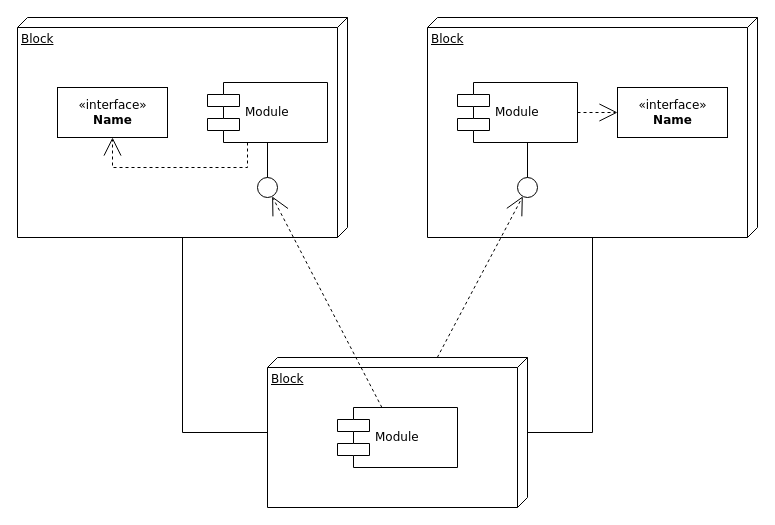
Above: pca_old.drawio in genius52/graphic (draw.io), before the change. Source tidied: cells renumbered, new cells numbered last; positions are measured from the earlier drawing's top-left corner, leaving out a move shared by most shapes. Both pictures are drawn from the tidied source at 100%, with x=0, y=0 at pixel (17, 17).
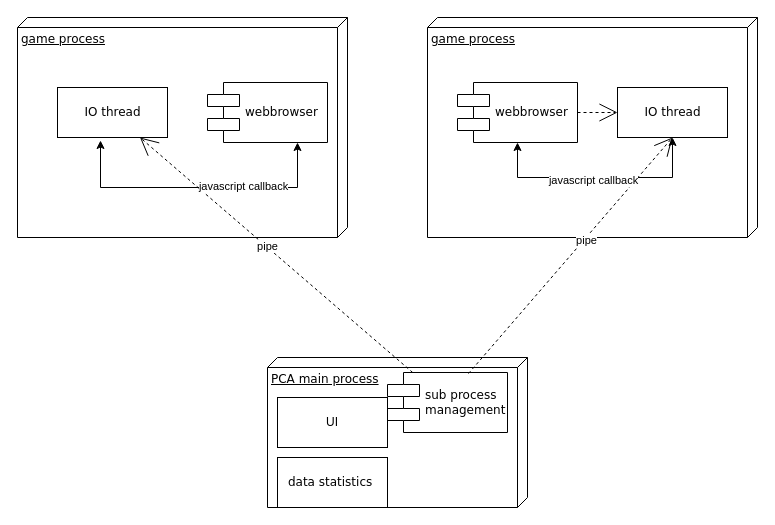
The same page after the edit.

The edit, as a diff of the source:
```diff
@@
-    <mxCell id="2" value="Block" style="verticalAlign=top;align=left;spacingTop=8;spacingLeft=2;spacingRight=12;shape=cube;size=10;direction=south;fontStyle=4;html=1;rounded=0;shadow=0;comic=0;labelBackgroundColor=none;strokeWidth=1;fontFamily=Verdana;fontSize=12;" parent="1" vertex="1">
+    <mxCell id="2" value="game process&lt;div&gt;&lt;br&gt;&lt;/div&gt;" style="verticalAlign=top;align=left;spacingTop=8;spacingLeft=2;spacingRight=12;shape=cube;size=10;direction=south;fontStyle=4;html=1;rounded=0;shadow=0;comic=0;labelBackgroundColor=none;strokeWidth=1;fontFamily=Verdana;fontSize=12;" parent="1" vertex="1">
       <mxGeometry width="330" height="220" as="geometry" />
     </mxCell>
-    <mxCell id="3" value="Block" style="verticalAlign=top;align=left;spacingTop=8;spacingLeft=2;spacingRight=12;shape=cube;size=10;direction=south;fontStyle=4;html=1;rounded=0;shadow=0;comic=0;labelBackgroundColor=none;strokeWidth=1;fontFamily=Verdana;fontSize=12;" parent="1" vertex="1">
+    <mxCell id="3" value="game process" style="verticalAlign=top;align=left;spacingTop=8;spacingLeft=2;spacingRight=12;shape=cube;size=10;direction=south;fontStyle=4;html=1;rounded=0;shadow=0;comic=0;labelBackgroundColor=none;strokeWidth=1;fontFamily=Verdana;fontSize=12;" parent="1" vertex="1">
       <mxGeometry x="410" width="330" height="220" as="geometry" />
     </mxCell>
-    <mxCell id="4" value="Block" style="verticalAlign=top;align=left;spacingTop=8;spacingLeft=2;spacingRight=12;shape=cube;size=10;direction=south;fontStyle=4;html=1;rounded=0;shadow=0;comic=0;labelBackgroundColor=none;strokeWidth=1;fontFamily=Verdana;fontSize=12;" parent="1" vertex="1">
+    <mxCell id="4" value="PCA main process" style="verticalAlign=top;align=left;spacingTop=8;spacingLeft=2;spacingRight=12;shape=cube;size=10;direction=south;fontStyle=4;html=1;rounded=0;shadow=0;comic=0;labelBackgroundColor=none;strokeWidth=1;fontFamily=Verdana;fontSize=12;" parent="1" vertex="1">
       <mxGeometry x="250" y="340" width="260" height="150" as="geometry" />
     </mxCell>
-    <mxCell id="5" value="&amp;laquo;interface&amp;raquo;&lt;br&gt;&lt;b&gt;Name&lt;/b&gt;" style="html=1;rounded=0;shadow=0;comic=0;labelBackgroundColor=none;strokeWidth=1;fontFamily=Verdana;fontSize=12;align=center;" parent="1" vertex="1">
+    <mxCell id="5" value="IO thread" style="html=1;rounded=0;shadow=0;comic=0;labelBackgroundColor=none;strokeWidth=1;fontFamily=Verdana;fontSize=12;align=center;" parent="1" vertex="1">
       <mxGeometry x="40" y="70" width="110" height="50" as="geometry" />
     </mxCell>
-    <mxCell id="6" value="Module" style="shape=component;align=left;spacingLeft=36;rounded=0;shadow=0;comic=0;labelBackgroundColor=none;strokeWidth=1;fontFamily=Verdana;fontSize=12;html=1;" parent="1" vertex="1">
+    <mxCell id="6" value="webbrowser" style="shape=component;align=left;spacingLeft=36;rounded=0;shadow=0;comic=0;labelBackgroundColor=none;strokeWidth=1;fontFamily=Verdana;fontSize=12;html=1;" parent="1" vertex="1">
       <mxGeometry x="190" y="65" width="120" height="60" as="geometry" />
     </mxCell>
-    <mxCell id="7" style="ellipse;whiteSpace=wrap;html=1;rounded=0;shadow=0;comic=0;labelBackgroundColor=none;strokeWidth=1;fontFamily=Verdana;fontSize=12;align=center;" parent="1" vertex="1">
-      <mxGeometry x="240" y="160" width="20" height="20" as="geometry" />
-    </mxCell>
-    <mxCell id="8" value="Module" style="shape=component;align=left;spacingLeft=36;rounded=0;shadow=0;comic=0;labelBackgroundColor=none;strokeWidth=1;fontFamily=Verdana;fontSize=12;html=1;" parent="1" vertex="1">
+    <mxCell id="8" value="webbrowser" style="shape=component;align=left;spacingLeft=36;rounded=0;shadow=0;comic=0;labelBackgroundColor=none;strokeWidth=1;fontFamily=Verdana;fontSize=12;html=1;" parent="1" vertex="1">
       <mxGeometry x="440" y="65" width="120" height="60" as="geometry" />
     </mxCell>
-    <mxCell id="9" value="&amp;laquo;interface&amp;raquo;&lt;br&gt;&lt;b&gt;Name&lt;/b&gt;" style="html=1;rounded=0;shadow=0;comic=0;labelBackgroundColor=none;strokeWidth=1;fontFamily=Verdana;fontSize=12;align=center;" parent="1" vertex="1">
+    <mxCell id="9" value="IO thread" style="html=1;rounded=0;shadow=0;comic=0;labelBackgroundColor=none;strokeWidth=1;fontFamily=Verdana;fontSize=12;align=center;" parent="1" vertex="1">
       <mxGeometry x="600" y="70" width="110" height="50" as="geometry" />
     </mxCell>
-    <mxCell id="10" style="ellipse;whiteSpace=wrap;html=1;rounded=0;shadow=0;comic=0;labelBackgroundColor=none;strokeWidth=1;fontFamily=Verdana;fontSize=12;align=center;" parent="1" vertex="1">
-      <mxGeometry x="500" y="160" width="20" height="20" as="geometry" />
-    </mxCell>
-    <mxCell id="11" value="Module" style="shape=component;align=left;spacingLeft=36;rounded=0;shadow=0;comic=0;labelBackgroundColor=none;strokeWidth=1;fontFamily=Verdana;fontSize=12;html=1;" parent="1" vertex="1">
-      <mxGeometry x="320" y="390" width="120" height="60" as="geometry" />
+    <mxCell id="11" value="sub process&amp;nbsp;&lt;div&gt;management&lt;/div&gt;" style="shape=component;align=left;spacingLeft=36;rounded=0;shadow=0;comic=0;labelBackgroundColor=none;strokeWidth=1;fontFamily=Verdana;fontSize=12;html=1;" parent="1" vertex="1">
+      <mxGeometry x="370" y="355" width="120" height="60" as="geometry" />
     </mxCell>
-    <mxCell id="12" style="edgeStyle=none;rounded=0;html=1;dashed=1;labelBackgroundColor=none;startArrow=none;startFill=0;startSize=8;endArrow=open;endFill=0;endSize=16;fontFamily=Verdana;fontSize=12;" parent="1" edge="1" source="11" target="7">
+    <mxCell id="12" style="edgeStyle=none;rounded=0;html=1;dashed=1;labelBackgroundColor=none;startArrow=none;startFill=0;startSize=8;endArrow=open;endFill=0;endSize=16;fontFamily=Verdana;fontSize=12;entryX=0.75;entryY=1;entryDx=0;entryDy=0;" parent="1" edge="1" source="11" target="5">
       <mxGeometry relative="1" as="geometry" />
     </mxCell>
+    <mxCell id="20" value="pipe" style="edgeLabel;html=1;align=center;verticalAlign=middle;" parent="12" vertex="1">
+      <mxGeometry x="0.07" y="-1" relative="1" as="geometry" />
+    </mxCell>
-    <mxCell id="13" style="edgeStyle=none;rounded=0;html=1;dashed=1;labelBackgroundColor=none;startArrow=none;startFill=0;startSize=8;endArrow=open;endFill=0;endSize=16;fontFamily=Verdana;fontSize=12;" parent="1" edge="1" source="4" target="10">
+    <mxCell id="13" style="edgeStyle=none;rounded=0;html=1;dashed=1;labelBackgroundColor=none;startArrow=none;startFill=0;startSize=8;endArrow=open;endFill=0;endSize=16;fontFamily=Verdana;fontSize=12;exitX=0.675;exitY=0.017;exitDx=0;exitDy=0;exitPerimeter=0;entryX=0.5;entryY=1;entryDx=0;entryDy=0;" parent="1" edge="1" source="11" target="9">
       <mxGeometry relative="1" as="geometry" />
     </mxCell>
-    <mxCell id="14" style="edgeStyle=elbowEdgeStyle;rounded=0;html=1;labelBackgroundColor=none;startArrow=none;startFill=0;startSize=8;endArrow=none;endFill=0;endSize=16;fontFamily=Verdana;fontSize=12;" parent="1" edge="1" source="10" target="8">
-      <mxGeometry relative="1" as="geometry" />
-    </mxCell>
-    <mxCell id="15" style="edgeStyle=elbowEdgeStyle;rounded=0;html=1;labelBackgroundColor=none;startArrow=none;startFill=0;startSize=8;endArrow=none;endFill=0;endSize=16;fontFamily=Verdana;fontSize=12;" parent="1" edge="1" source="7" target="6">
-      <mxGeometry relative="1" as="geometry" />
-    </mxCell>
+    <mxCell id="21" value="pipe" style="edgeLabel;html=1;align=center;verticalAlign=middle;" parent="13" vertex="1">
+      <mxGeometry x="0.14" y="-1" relative="1" as="geometry" />
+    </mxCell>
+    <mxCell id="17" style="edgeStyle=orthogonalEdgeStyle;rounded=0;html=1;dashed=1;labelBackgroundColor=none;startArrow=none;startFill=0;startSize=8;endArrow=open;endFill=0;endSize=16;fontFamily=Verdana;fontSize=12;" parent="1" edge="1" source="8" target="9">
+      <mxGeometry relative="1" as="geometry" />
+    </mxCell>
+    <mxCell id="22" value="UI" style="html=1;whiteSpace=wrap;" parent="1" vertex="1">
+      <mxGeometry x="260" y="380" width="110" height="50" as="geometry" />
+    </mxCell>
+    <mxCell id="23" value="&lt;span style=&quot;font-family: Verdana; text-align: left; text-wrap-mode: nowrap;&quot;&gt;data statistics&amp;nbsp;&lt;/span&gt;" style="html=1;whiteSpace=wrap;" parent="1" vertex="1">
+      <mxGeometry x="260" y="440" width="110" height="50" as="geometry" />
+    </mxCell>
-    <mxCell id="16" style="edgeStyle=orthogonalEdgeStyle;rounded=0;html=1;labelBackgroundColor=none;startArrow=none;startFill=0;startSize=8;endArrow=open;endFill=0;endSize=16;fontFamily=Verdana;fontSize=12;dashed=1;" parent="1" edge="1" source="6" target="5">
+    <mxCell id="16" style="endArrow=classic;startArrow=classic;html=1;rounded=0;entryX=0.391;entryY=1.06;entryDx=0;entryDy=0;entryPerimeter=0;edgeStyle=elbowEdgeStyle;exitX=0.75;exitY=1;exitDx=0;exitDy=0;" parent="1" edge="1" source="6" target="5">
       <mxGeometry relative="1" as="geometry">
         <Array as="points">
-          <mxPoint x="230" y="150" />
-          <mxPoint x="95" y="150" />
+          <mxPoint x="180" y="170" />
         </Array>
       </mxGeometry>
     </mxCell>
-    <mxCell id="17" style="edgeStyle=orthogonalEdgeStyle;rounded=0;html=1;dashed=1;labelBackgroundColor=none;startArrow=none;startFill=0;startSize=8;endArrow=open;endFill=0;endSize=16;fontFamily=Verdana;fontSize=12;" parent="1" edge="1" source="8" target="9">
-      <mxGeometry relative="1" as="geometry" />
-    </mxCell>
-    <mxCell id="18" style="edgeStyle=orthogonalEdgeStyle;rounded=0;html=1;labelBackgroundColor=none;startArrow=none;startFill=0;startSize=8;endArrow=none;endFill=0;endSize=16;fontFamily=Verdana;fontSize=12;" parent="1" edge="1" source="4" target="3">
-      <mxGeometry relative="1" as="geometry">
-        <Array as="points">
-          <mxPoint x="575" y="415" />
-        </Array>
-      </mxGeometry>
-    </mxCell>
-    <mxCell id="19" style="edgeStyle=orthogonalEdgeStyle;rounded=0;html=1;labelBackgroundColor=none;startArrow=none;startFill=0;startSize=8;endArrow=none;endFill=0;endSize=16;fontFamily=Verdana;fontSize=12;" parent="1" edge="1" source="4" target="2">
-      <mxGeometry relative="1" as="geometry">
-        <Array as="points">
-          <mxPoint x="165" y="415" />
-        </Array>
-      </mxGeometry>
-    </mxCell>
+    <mxCell id="24" value="javascript callback" style="edgeLabel;html=1;align=center;verticalAlign=middle;" parent="16" vertex="1">
+      <mxGeometry x="-0.31" y="-2" relative="1" as="geometry" />
+    </mxCell>
+    <mxCell id="25" style="endArrow=classic;startArrow=classic;html=1;rounded=0;entryX=0.5;entryY=1;entryDx=0;entryDy=0;edgeStyle=elbowEdgeStyle;" parent="1" edge="1" source="9" target="8">
+      <mxGeometry relative="1" as="geometry">
+        <Array as="points">
+          <mxPoint x="510" y="160" />
+        </Array>
+      </mxGeometry>
+    </mxCell>
+    <mxCell id="26" value="javascript callback" style="edgeLabel;html=1;align=center;verticalAlign=middle;" parent="25" vertex="1">
+      <mxGeometry x="0.43" y="2" relative="1" as="geometry">
+        <mxPoint x="44" as="offset" />
+      </mxGeometry>
+    </mxCell>
```
